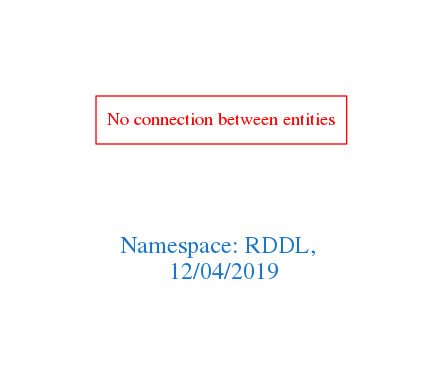
The Graphviz diagram downloads/RDDL.png in arago/OGIT, before a commit. Its source is kept beside it as downloads/RDDL.dot.
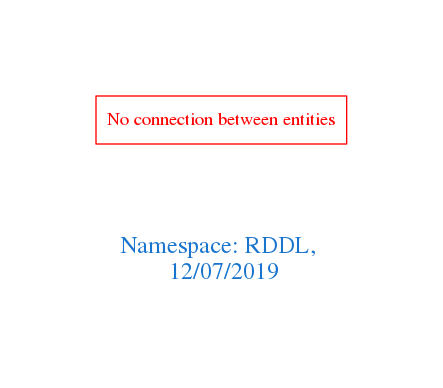
Above is the later version.

Diff of the diagram source:
```diff
@@ -1,7 +1,7 @@
 digraph OGIT_ontology {
  graph [ rankdir= LR,pad=1
 fontsize = 18,
-fontcolor= dodgerblue3,label = "\n\n\nNamespace: RDDL, \n 12/04/2019"];
+fontcolor= dodgerblue3,label = "\n\n\nNamespace: RDDL, \n 12/07/2019"];
 node[shape=polygon];
 edge [  color="gray81"];
 
```
